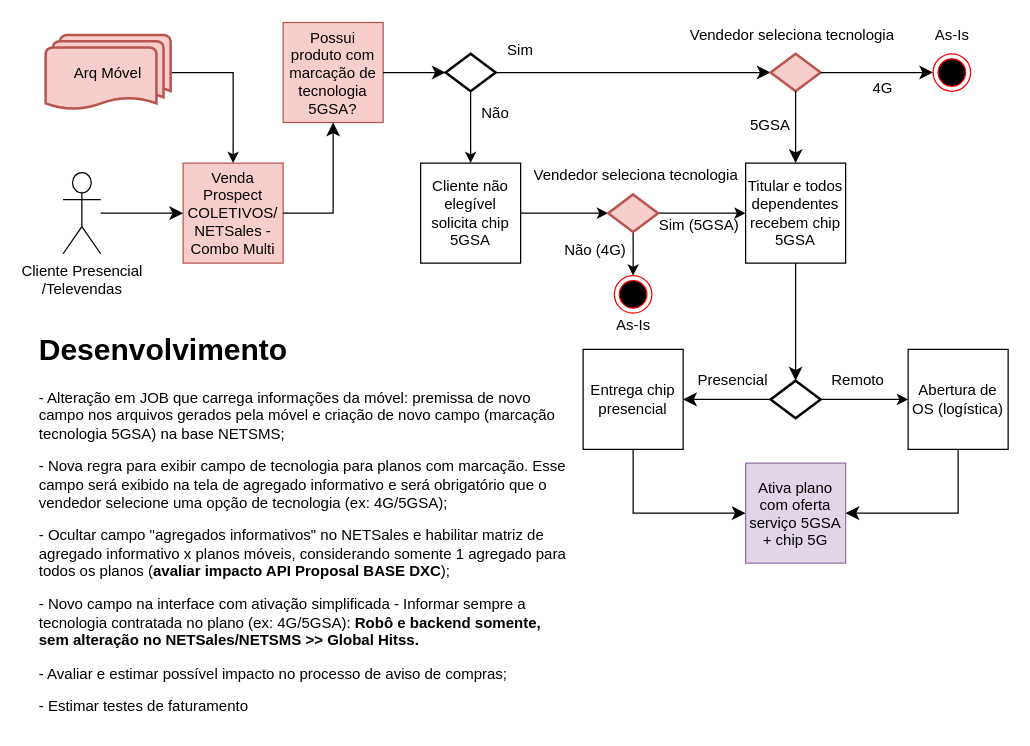
The draw.io diagram page "Prospect NETSales" (2 of 4) of 5GSA v3.drawio in samirali/ClaroBrasil, before the edit. Source tidied: cells renumbered, new cells numbered last; positions are measured from the earlier drawing's top-left corner, leaving out a move shared by most shapes. Both pictures are drawn from the tidied source at 125%, with x=0, y=0 at pixel (32, 22).
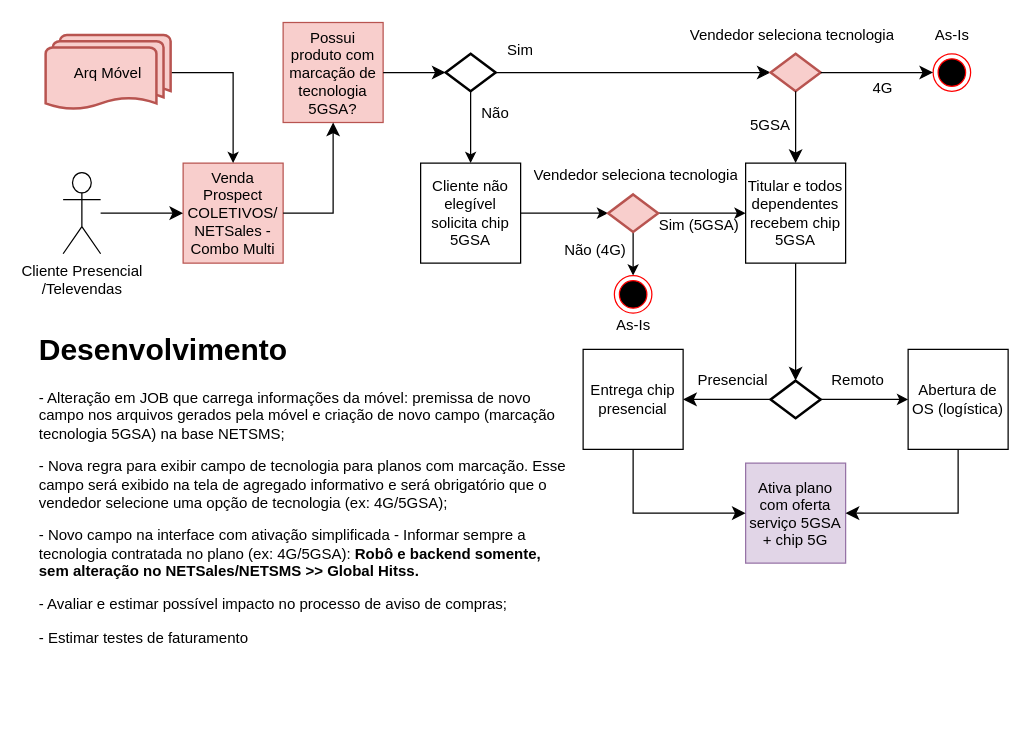
The same diagram, later.

What changed in the source:
```diff
@@
-    <mxCell id="42" value="&lt;h1&gt;Desenvolvimento&lt;/h1&gt;&lt;p style=&quot;border-color: var(--border-color);&quot;&gt;- Alteração em JOB que carrega informações da móvel: premissa de novo campo nos arquivos gerados pela móvel e criação de novo campo (marcação tecnologia 5GSA) na base NETSMS;&lt;/p&gt;&lt;p style=&quot;border-color: var(--border-color);&quot;&gt;- Nova regra para exibir campo de tecnologia para planos com marcação. Esse campo será exibido na tela de agregado informativo e será obrigatório que o vendedor selecione uma opção de tecnologia (ex: 4G/5GSA);&lt;/p&gt;&lt;p style=&quot;border-color: var(--border-color);&quot;&gt;- Ocultar campo &quot;agregados informativos&quot; no NETSales e habilitar matriz de agregado informativo x planos móveis, considerando somente 1 agregado para todos os planos (&lt;b&gt;avaliar impacto API Proposal BASE DXC&lt;/b&gt;);&lt;/p&gt;&lt;p style=&quot;border-color: var(--border-color);&quot;&gt;&lt;span style=&quot;background-color: initial;&quot;&gt;- Novo campo na interface com ativação simplificada - Informar sempre a tecnologia contratada no plano (ex: 4G/5GSA):&amp;nbsp;&lt;/span&gt;&lt;b style=&quot;background-color: initial;&quot;&gt;Robô e backend somente, sem alteração no NETSales/NETSMS &amp;gt;&amp;gt; Global Hitss.&lt;/b&gt;&lt;br&gt;&lt;/p&gt;&lt;p style=&quot;border-color: var(--border-color);&quot;&gt;- Avaliar e estimar possível impacto no processo de aviso de compras;&lt;/p&gt;&lt;p style=&quot;border-color: var(--border-color);&quot;&gt;- Estimar testes de faturamento&lt;/p&gt;" style="text;html=1;strokeColor=none;fillColor=none;spacing=5;spacingTop=-20;whiteSpace=wrap;overflow=hidden;rounded=0;" parent="1" vertex="1">
+    <mxCell id="42" value="&lt;h1&gt;Desenvolvimento&lt;/h1&gt;&lt;p style=&quot;border-color: var(--border-color);&quot;&gt;- Alteração em JOB que carrega informações da móvel: premissa de novo campo nos arquivos gerados pela móvel e criação de novo campo (marcação tecnologia 5GSA) na base NETSMS;&lt;/p&gt;&lt;p style=&quot;border-color: var(--border-color);&quot;&gt;- Nova regra para exibir campo de tecnologia para planos com marcação. Esse campo será exibido na tela de agregado informativo e será obrigatório que o vendedor selecione uma opção de tecnologia (ex: 4G/5GSA);&lt;/p&gt;&lt;p style=&quot;border-color: var(--border-color);&quot;&gt;&lt;span style=&quot;background-color: initial;&quot;&gt;- Novo campo na interface com ativação simplificada - Informar sempre a tecnologia contratada no plano (ex: 4G/5GSA):&amp;nbsp;&lt;/span&gt;&lt;b style=&quot;background-color: initial;&quot;&gt;Robô e backend somente, sem alteração no NETSales/NETSMS &amp;gt;&amp;gt; Global Hitss.&lt;/b&gt;&lt;br&gt;&lt;/p&gt;&lt;p style=&quot;border-color: var(--border-color);&quot;&gt;- Avaliar e estimar possível impacto no processo de aviso de compras;&lt;/p&gt;&lt;p style=&quot;border-color: var(--border-color);&quot;&gt;- Estimar testes de faturamento&lt;/p&gt;" style="text;html=1;strokeColor=none;fillColor=none;spacing=5;spacingTop=-20;whiteSpace=wrap;overflow=hidden;rounded=0;" parent="1" vertex="1">
       <mxGeometry y="242" width="430" height="320" as="geometry" />
     </mxCell>
```
